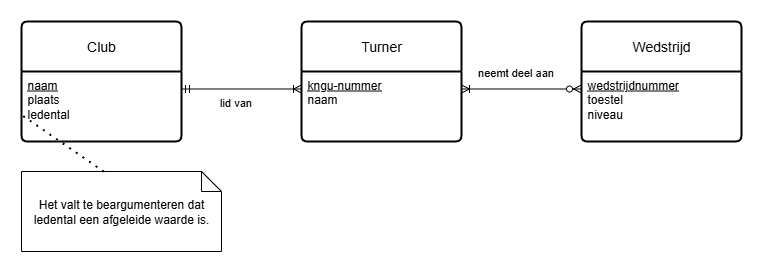
MIW-NN/Databases-Uitwerkingen keeps this draw.io diagram as h3/3_3-Turnwedstrijden-ERD.drawio.png. Above is the earlier version. Source tidied: cells renumbered, new cells last; positions are measured from the earlier drawing's top-left corner, leaving out a move shared by most shapes. Source of this version:
```xml
<mxGraphModel>
  <root>
    <mxCell id="0" />
    <mxCell id="1" parent="0" />
    <mxCell id="2" value="Turner" style="swimlane;horizontal=1;startSize=50;rounded=1;fontSize=14;fontStyle=0;strokeWidth=2;shadow=0;dashed=0;align=center;arcSize=4;whiteSpace=wrap;html=1;" parent="1" vertex="1">
      <mxGeometry x="280" width="160" height="120" as="geometry" />
    </mxCell>
    <mxCell id="3" value="&lt;u&gt;kngu-nummer&lt;/u&gt;&lt;div&gt;naam&lt;/div&gt;" style="align=left;strokeColor=none;fillColor=none;spacingLeft=4;spacingRight=4;fontSize=12;verticalAlign=top;html=1;whiteSpace=wrap;" parent="2" vertex="1">
      <mxGeometry y="50" width="160" height="70" as="geometry" />
    </mxCell>
    <mxCell id="4" value="Club" style="swimlane;horizontal=1;startSize=50;rounded=1;fontSize=14;fontStyle=0;strokeWidth=2;shadow=0;dashed=0;align=center;arcSize=4;whiteSpace=wrap;html=1;" parent="1" vertex="1">
      <mxGeometry width="160" height="120" as="geometry" />
    </mxCell>
    <mxCell id="5" value="&lt;u&gt;naam&lt;/u&gt;&lt;div&gt;plaats&lt;/div&gt;&lt;div&gt;ledental&lt;/div&gt;" style="align=left;strokeColor=none;fillColor=none;spacingLeft=4;spacingRight=4;fontSize=12;verticalAlign=top;html=1;whiteSpace=wrap;" parent="4" vertex="1">
      <mxGeometry y="50" width="160" height="70" as="geometry" />
    </mxCell>
    <mxCell id="6" value="Wedstrijd" style="swimlane;horizontal=1;startSize=50;rounded=1;fontSize=14;fontStyle=0;strokeWidth=2;shadow=0;dashed=0;align=center;arcSize=4;whiteSpace=wrap;html=1;" parent="1" vertex="1">
      <mxGeometry x="560" width="160" height="120" as="geometry" />
    </mxCell>
    <mxCell id="7" value="&lt;u&gt;wedstrijdnummer&lt;/u&gt;&lt;div&gt;toestel&lt;/div&gt;&lt;div&gt;niveau&lt;/div&gt;" style="align=left;strokeColor=none;fillColor=none;spacingLeft=4;spacingRight=4;fontSize=12;verticalAlign=top;html=1;whiteSpace=wrap;" parent="6" vertex="1">
      <mxGeometry y="50" width="160" height="70" as="geometry" />
    </mxCell>
    <mxCell id="8" style="endArrow=ERoneToMany;html=1;rounded=0;exitX=1;exitY=0.25;exitDx=0;exitDy=0;entryX=0;entryY=0.25;entryDx=0;entryDy=0;startArrow=ERmandOne;startFill=0;endFill=0;" parent="1" edge="1" source="5" target="3">
      <mxGeometry relative="1" as="geometry" />
    </mxCell>
    <mxCell id="9" value="lid van" style="edgeLabel;html=1;align=center;verticalAlign=middle;" parent="8" vertex="1">
      <mxGeometry x="-0.11" y="3" relative="1" as="geometry">
        <mxPoint y="16" as="offset" />
      </mxGeometry>
    </mxCell>
    <mxCell id="10" style="endArrow=ERzeroToMany;html=1;rounded=0;exitX=1;exitY=0.25;exitDx=0;exitDy=0;entryX=0;entryY=0.25;entryDx=0;entryDy=0;startArrow=ERoneToMany;startFill=0;endFill=0;" parent="1" edge="1" source="3" target="7">
      <mxGeometry relative="1" as="geometry" />
    </mxCell>
    <mxCell id="11" value="neemt deel aan" style="edgeLabel;html=1;align=center;verticalAlign=middle;" parent="10" vertex="1">
      <mxGeometry x="-0.11" y="2" relative="1" as="geometry">
        <mxPoint y="-15" as="offset" />
      </mxGeometry>
    </mxCell>
    <mxCell id="12" value="Het valt te beargumenteren dat ledental een afgeleide waarde is." style="shape=note;size=20;whiteSpace=wrap;html=1;" parent="1" vertex="1">
      <mxGeometry y="150" width="200" height="80" as="geometry" />
    </mxCell>
    <mxCell id="13" style="endArrow=none;dashed=1;html=1;dashPattern=1 3;strokeWidth=2;rounded=0;exitX=0.412;exitY=0.002;exitDx=0;exitDy=0;exitPerimeter=0;entryX=0;entryY=0.62;entryDx=0;entryDy=0;entryPerimeter=0;" parent="1" edge="1" source="12" target="5">
      <mxGeometry relative="1" as="geometry" />
    </mxCell>
  </root>
</mxGraphModel>
```
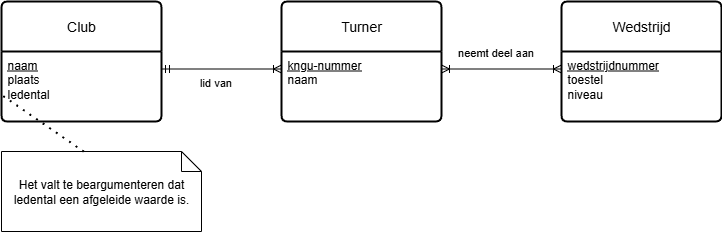
After the change.

The edit, as a diff of the source:
```diff
@@ -28,7 +28,7 @@
         <mxPoint y="16" as="offset" />
       </mxGeometry>
     </mxCell>
-    <mxCell id="10" style="endArrow=ERzeroToMany;html=1;rounded=0;exitX=1;exitY=0.25;exitDx=0;exitDy=0;entryX=0;entryY=0.25;entryDx=0;entryDy=0;startArrow=ERoneToMany;startFill=0;endFill=0;" parent="1" edge="1" source="3" target="7">
+    <mxCell id="10" style="endArrow=ERoneToMany;html=1;rounded=0;exitX=1;exitY=0.25;exitDx=0;exitDy=0;entryX=0;entryY=0.25;entryDx=0;entryDy=0;startArrow=ERoneToMany;startFill=0;endFill=0;" parent="1" edge="1" source="3" target="7">
       <mxGeometry relative="1" as="geometry" />
     </mxCell>
     <mxCell id="11" value="neemt deel aan" style="edgeLabel;html=1;align=center;verticalAlign=middle;" parent="10" vertex="1">
```
